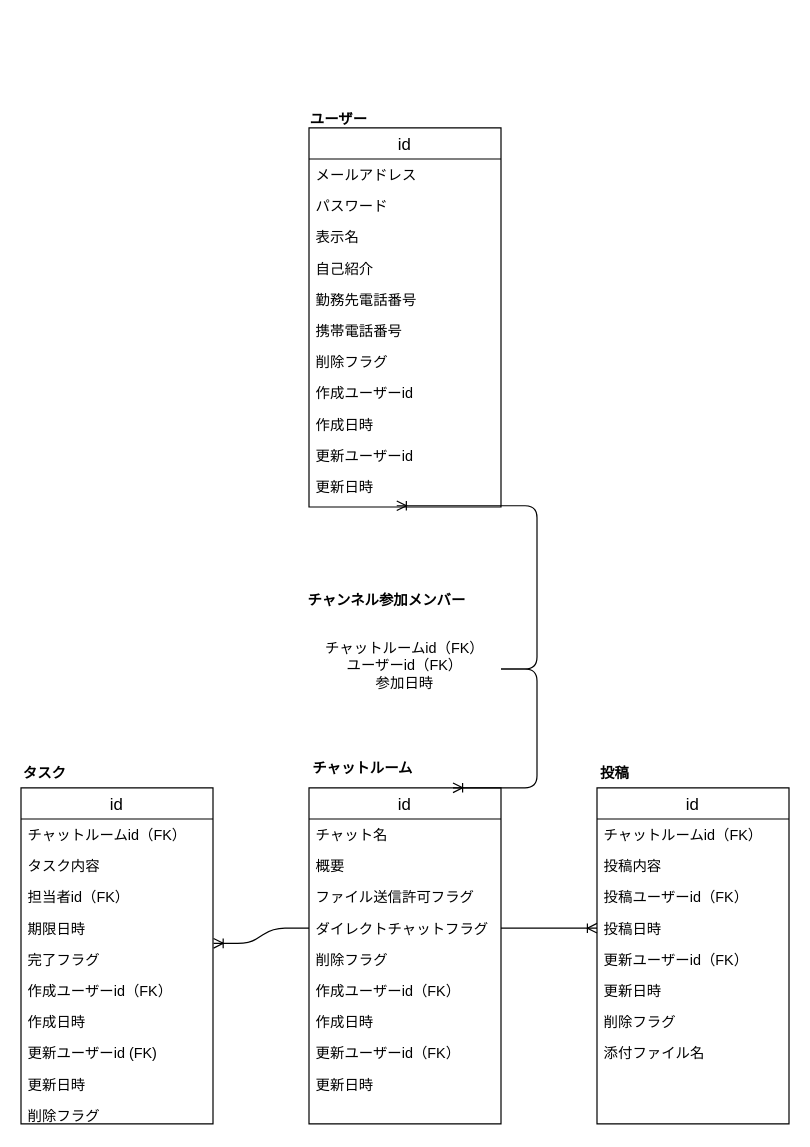
The draw.io diagram db/db-challenge1/er.drawio in KakoFujimoto/database, before the edit. Source tidied: cells renumbered, new cells numbered last; positions are measured from the earlier drawing's top-left corner, leaving out a move shared by most shapes. Both pictures are drawn from the tidied source at 120%, with x=0, y=0 at pixel (20, 108).
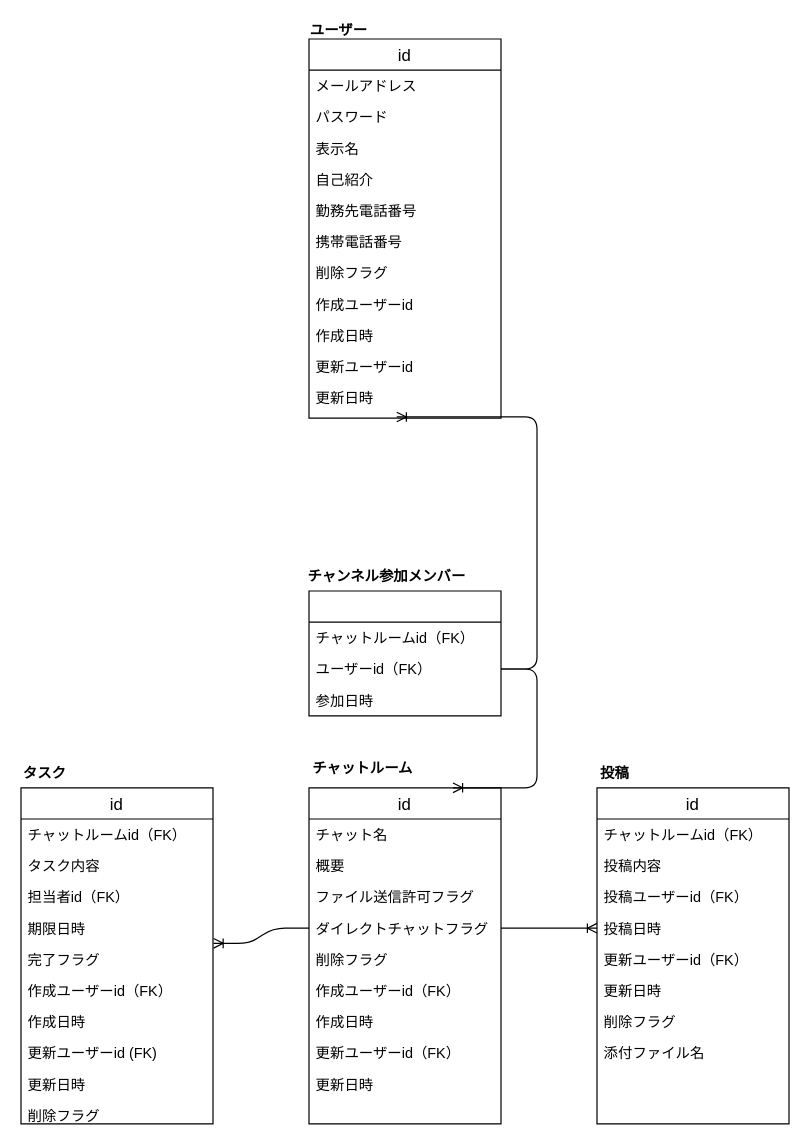
After the change.

Commit message:
チャンネル参加メンバーのPK欄を空欄に変更

Diff of the diagram source:
```diff
@@
-    <mxCell id="2" value="チャットルームid（FK）&lt;br&gt;ユーザーid（FK）&lt;br&gt;参加日時" style="whiteSpace=wrap;html=1;align=center;strokeColor=#FFFFFF;fillColor=none;" parent="1" vertex="1">
-      <mxGeometry x="240" y="422" width="160" height="84" as="geometry" />
-    </mxCell>
     <mxCell id="3" value="ユーザー" style="text;align=center;verticalAlign=middle;spacingLeft=4;spacingRight=4;fontSize=12;fontStyle=1;" parent="1" vertex="1">
-      <mxGeometry x="220" width="90" height="16" as="geometry" />
+      <mxGeometry x="220" y="-74" width="90" height="16" as="geometry" />
     </mxCell>
@@
     <mxCell id="7" value="チャンネル参加メンバー" style="text;align=center;verticalAlign=middle;spacingLeft=4;spacingRight=4;fontSize=12;fontStyle=1;" parent="1" vertex="1">
-      <mxGeometry x="240" y="396" width="130" height="26" as="geometry" />
+      <mxGeometry x="240" y="376" width="130" height="26" as="geometry" />
     </mxCell>
     <mxCell id="8" value="id" style="swimlane;fontStyle=0;horizontal=1;startSize=26;align=center;fontSize=14;" parent="1" vertex="1">
-      <mxGeometry x="240" y="16" width="160" height="316" as="geometry" />
+      <mxGeometry x="240" y="-58" width="160" height="316" as="geometry" />
     </mxCell>
@@
+    <mxCell id="59" style="swimlane;fontStyle=0;horizontal=1;startSize=26;align=center;fontSize=14;" parent="1" vertex="1">
+      <mxGeometry x="240" y="402" width="160" height="104" as="geometry" />
+    </mxCell>
+    <mxCell id="60" value="チャットルームid（FK）" style="text;strokeColor=none;fillColor=none;spacingLeft=4;spacingRight=4;overflow=hidden;fontSize=12;" parent="59" vertex="1">
+      <mxGeometry y="26" width="160" height="26" as="geometry" />
+    </mxCell>
+    <mxCell id="61" value="ユーザーid（FK）" style="text;strokeColor=none;fillColor=none;spacingLeft=4;spacingRight=4;overflow=hidden;fontSize=12;" parent="59" vertex="1">
+      <mxGeometry y="52" width="160" height="26" as="geometry" />
+    </mxCell>
+    <mxCell id="62" value="参加日時" style="text;strokeColor=none;fillColor=none;spacingLeft=4;spacingRight=4;overflow=hidden;fontSize=12;" parent="59" vertex="1">
+      <mxGeometry y="78" width="160" height="26" as="geometry" />
+    </mxCell>
```
